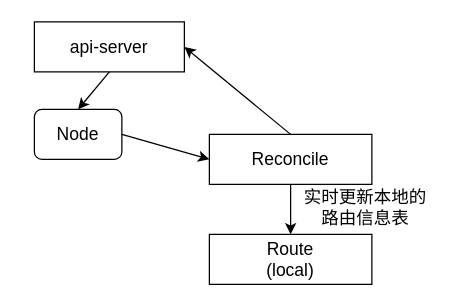
Earlier version of the draw.io diagram page "CNI-d" (14 of 14) of flows/流程图.drawio (godzilla-s/lightly-cni). Source tidied: cells renumbered, new cells numbered last; positions are measured from the earlier drawing's top-left corner, leaving out a move shared by most shapes. Both pictures are drawn from the tidied source at 125%, with x=0, y=0 at pixel (34, 21).
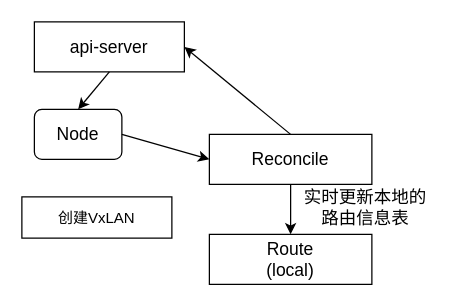
Above is the later version.

Change to the diagram source:
```diff
@@
 <mxGraphModel>
   <root>
     <mxCell id="0" />
     <mxCell id="1" parent="0" />
     <mxCell id="2" value="api-server" style="rounded=0;whiteSpace=wrap;html=1;fontSize=14;" parent="1" vertex="1">
       <mxGeometry width="120" height="40" as="geometry" />
     </mxCell>
     <mxCell id="3" value="Reconcile" style="rounded=0;whiteSpace=wrap;html=1;fontSize=14;" parent="1" vertex="1">
       <mxGeometry x="140" y="90" width="130" height="40" as="geometry" />
     </mxCell>
     <mxCell id="4" value="Node" style="rounded=1;whiteSpace=wrap;html=1;fontSize=14;" parent="1" vertex="1">
       <mxGeometry y="70" width="70" height="40" as="geometry" />
     </mxCell>
     <mxCell id="5" value="Route&lt;br&gt;(local)" style="rounded=0;whiteSpace=wrap;html=1;fontSize=14;" parent="1" vertex="1">
       <mxGeometry x="140" y="170" width="130" height="40" as="geometry" />
     </mxCell>
     <mxCell id="6" value="实时更新本地的路由信息表" style="text;html=1;strokeColor=none;fillColor=none;align=center;verticalAlign=middle;whiteSpace=wrap;rounded=0;fontSize=14;" parent="1" vertex="1">
       <mxGeometry x="215" y="133" width="100" height="30" as="geometry" />
     </mxCell>
     <mxCell id="7" style="endArrow=classic;html=1;rounded=0;fontSize=14;entryX=1;entryY=0.5;entryDx=0;entryDy=0;exitX=0.5;exitY=0;exitDx=0;exitDy=0;" parent="1" edge="1" source="3" target="2">
       <mxGeometry relative="1" as="geometry" />
     </mxCell>
     <mxCell id="8" style="endArrow=classic;html=1;rounded=0;fontSize=14;exitX=0.5;exitY=1;exitDx=0;exitDy=0;entryX=0.5;entryY=0;entryDx=0;entryDy=0;" parent="1" edge="1" source="2" target="4">
       <mxGeometry relative="1" as="geometry" />
     </mxCell>
     <mxCell id="9" style="endArrow=classic;html=1;rounded=0;fontSize=14;exitX=1;exitY=0.5;exitDx=0;exitDy=0;entryX=0;entryY=0.5;entryDx=0;entryDy=0;" parent="1" edge="1" source="4" target="3">
       <mxGeometry relative="1" as="geometry" />
     </mxCell>
     <mxCell id="10" style="endArrow=classic;html=1;rounded=0;fontSize=14;exitX=0.5;exitY=1;exitDx=0;exitDy=0;entryX=0.5;entryY=0;entryDx=0;entryDy=0;" parent="1" edge="1" source="3" target="5">
       <mxGeometry relative="1" as="geometry" />
     </mxCell>
+    <mxCell id="11" value="创建VxLAN" style="rounded=0;whiteSpace=wrap;html=1;" parent="1" vertex="1">
+      <mxGeometry x="-10" y="140" width="120" height="33" as="geometry" />
+    </mxCell>
   </root>
 </mxGraphModel>
```
